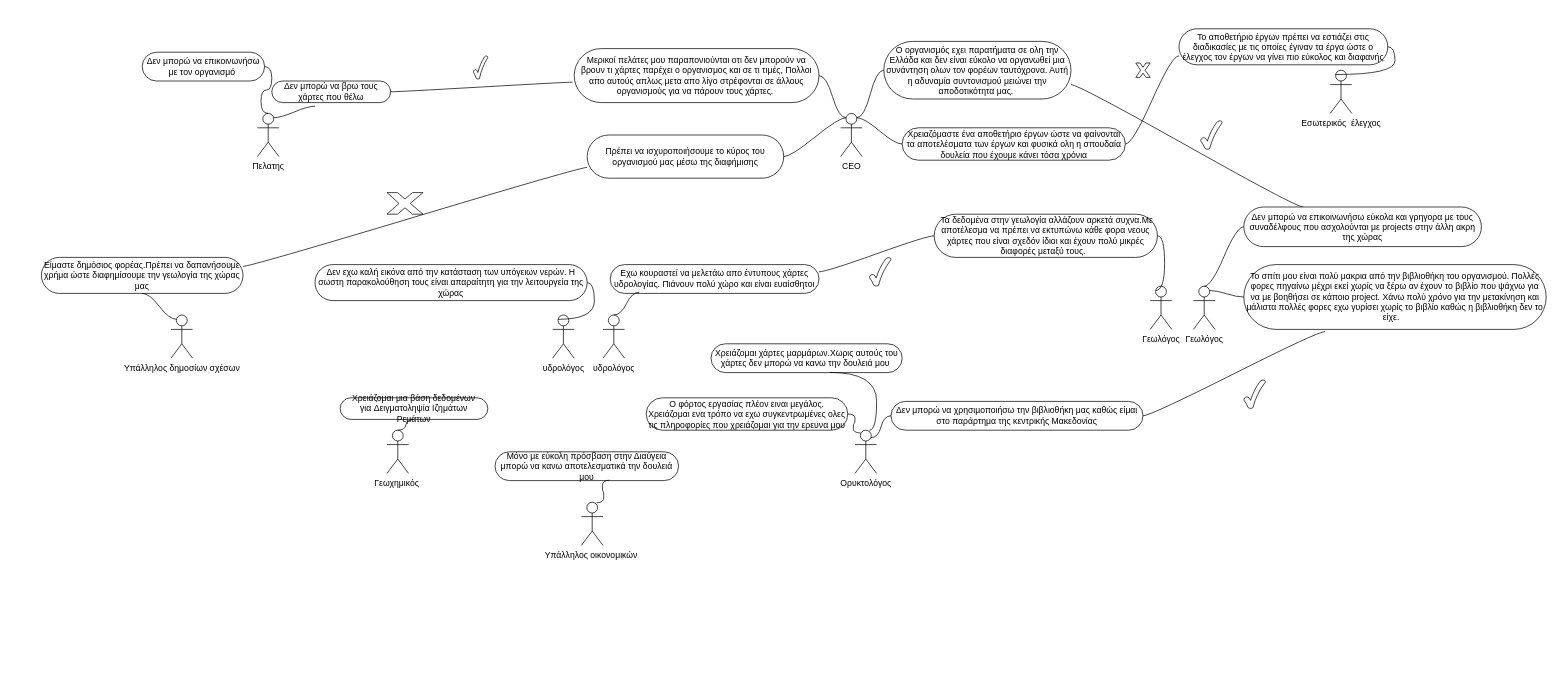
Before: Ανώνυμο διάγραμμα.drawio in vag4me/Information_system, a draw.io diagram. Source tidied: cells renumbered, new cells numbered last; positions are measured from the earlier drawing's top-left corner, leaving out a move shared by most shapes. Both pictures are drawn from the tidied source at 72%, with x=0, y=0 at pixel (41, 28).
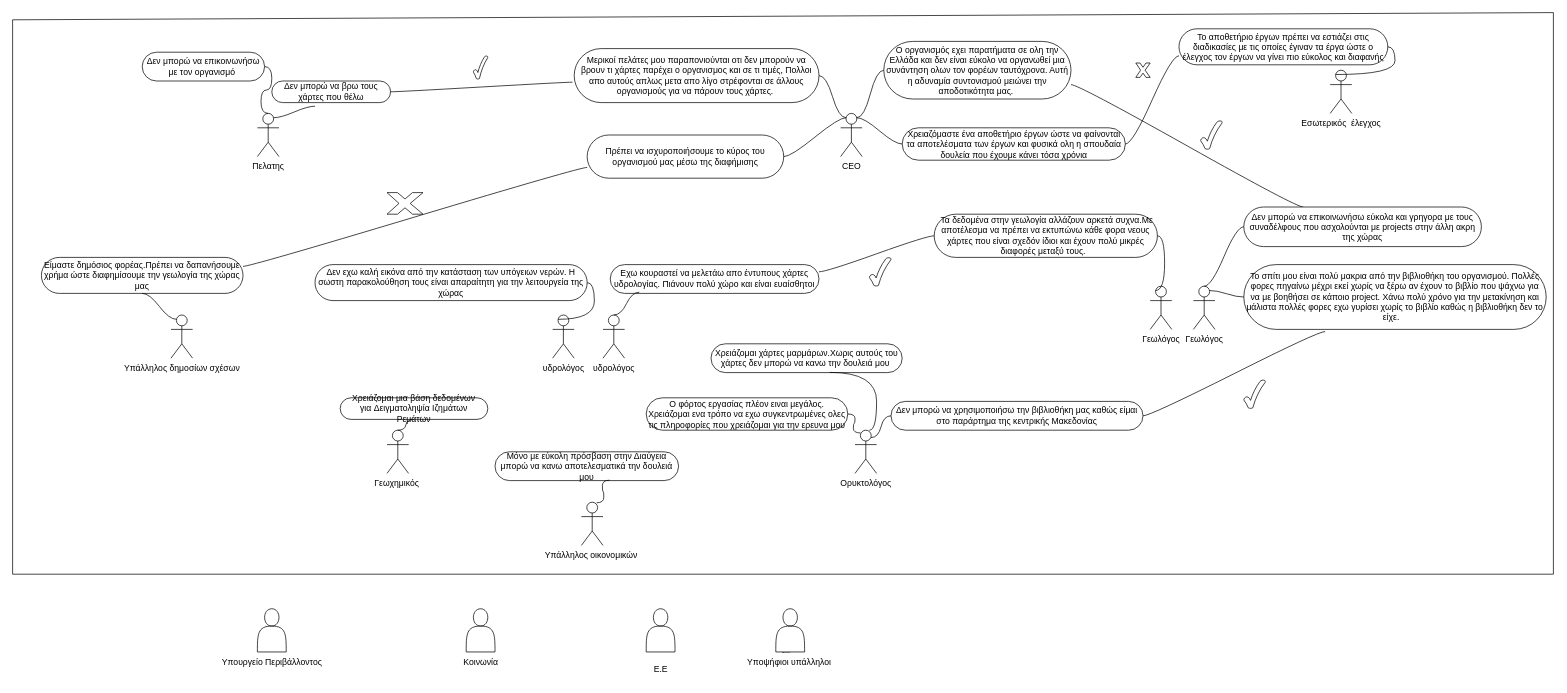
After the change.

The edit, as a diff of the source:
```diff
@@
+    <mxCell id="61" style="endArrow=none;html=1;rounded=0;" parent="1" edge="1">
+      <mxGeometry relative="1" as="geometry">
+        <mxPoint x="2100" y="-22" as="sourcePoint" />
+        <mxPoint x="2100" y="-22" as="targetPoint" />
+        <Array as="points">
+          <mxPoint x="2100" y="758" />
+          <mxPoint x="-40" y="758" />
+          <mxPoint x="-40" y="-12" />
+        </Array>
+      </mxGeometry>
+    </mxCell>
+    <mxCell id="62" style="shape=actor;whiteSpace=wrap;html=1;" parent="1" vertex="1">
+      <mxGeometry x="300" y="806" width="40" height="60" as="geometry" />
+    </mxCell>
+    <mxCell id="63" value="Υπουργείο Περιβάλλοντος" style="text;html=1;align=center;verticalAlign=middle;strokeColor=none;fillColor=none;" parent="1" vertex="1">
+      <mxGeometry x="240" y="866" width="160" height="30" as="geometry" />
+    </mxCell>
+    <mxCell id="64" style="shape=actor;whiteSpace=wrap;html=1;" parent="1" vertex="1">
+      <mxGeometry x="590" y="806" width="40" height="60" as="geometry" />
+    </mxCell>
+    <mxCell id="65" value="Κοινωνία" style="text;html=1;align=center;verticalAlign=middle;strokeColor=none;fillColor=none;" parent="1" vertex="1">
+      <mxGeometry x="575" y="866" width="70" height="30" as="geometry" />
+    </mxCell>
+    <mxCell id="66" style="shape=actor;whiteSpace=wrap;html=1;" parent="1" vertex="1">
+      <mxGeometry x="840" y="806" width="40" height="60" as="geometry" />
+    </mxCell>
+    <mxCell id="67" value="Ε.Ε" style="text;html=1;align=center;verticalAlign=middle;strokeColor=none;fillColor=none;" parent="1" vertex="1">
+      <mxGeometry x="840" y="876" width="40" height="30" as="geometry" />
+    </mxCell>
+    <mxCell id="68" style="edgeStyle=orthogonalEdgeStyle;rounded=0;jettySize=auto;html=1;exitX=0.5;exitY=1;exitDx=0;exitDy=0;" parent="1" edge="1" source="69">
+      <mxGeometry relative="1" as="geometry">
+        <mxPoint x="1030" y="868" as="targetPoint" />
+      </mxGeometry>
+    </mxCell>
+    <mxCell id="69" style="shape=actor;whiteSpace=wrap;html=1;" parent="1" vertex="1">
+      <mxGeometry x="1020" y="806" width="40" height="60" as="geometry" />
+    </mxCell>
+    <mxCell id="70" value="Υποψήφιοι υπάλληλοι&amp;nbsp;" style="text;html=1;align=center;verticalAlign=middle;strokeColor=none;fillColor=none;" parent="1" vertex="1">
+      <mxGeometry x="970" y="866" width="140" height="30" as="geometry" />
+    </mxCell>
```
